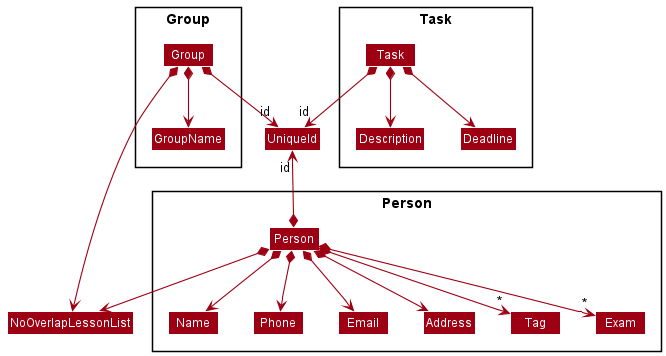
The PlantUML diagram docs/images/ModelClassDiagram2.png in nus-cs2103-AY2122S1/tp, before a commit. The source it was exported from:
```plantuml
@startuml
!include style.puml
skinparam arrowThickness 1.1
skinparam arrowColor MODEL_COLOR
skinparam classBackgroundColor MODEL_COLOR

Class UniqueId
Class NoOverlapLessonList

Package Person <<Rectangle>>{

Class Person
Class Name
Class Phone
Class Email
Class Address
Class Tag
Class Exam

}

Package Task <<Rectangle>>{

Class Task
Class Description
Class Deadline

}

Package Group <<Rectangle>>{

Class Group
Class GroupName

}

Person *--> Name
Person *--> Phone
Person *--> Email
Person *--> Address
Person *--> "*" Tag
Person *--> NoOverlapLessonList
Person *--> "*" Exam
Person *-up-> "id" UniqueId
Task *--> Description
Task *--> Deadline
Task *--> "id" UniqueId
Group *--> GroupName
Group *--> NoOverlapLessonList
Group *--> "id" UniqueId

@enduml
```
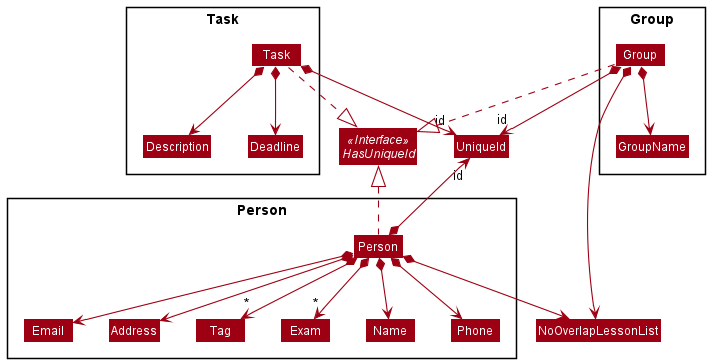
Above is the later version.

Commit message:
Changed model2 to include HasUniqueId interface

Change to the diagram source:
```diff
@@ -4,6 +4,7 @@
 skinparam arrowColor MODEL_COLOR
 skinparam classBackgroundColor MODEL_COLOR
 
+Interface HasUniqueId <<Interface>>
 Class UniqueId
 Class NoOverlapLessonList
 
@@ -42,11 +43,14 @@
 Person *--> NoOverlapLessonList
 Person *--> "*" Exam
 Person *-up-> "id" UniqueId
+Person .up.|> HasUniqueId
 Task *--> Description
 Task *--> Deadline
 Task *--> "id" UniqueId
+Task ..|> HasUniqueId
 Group *--> GroupName
 Group *--> NoOverlapLessonList
 Group *--> "id" UniqueId
+Group ..|> HasUniqueId
 
 @enduml
```
